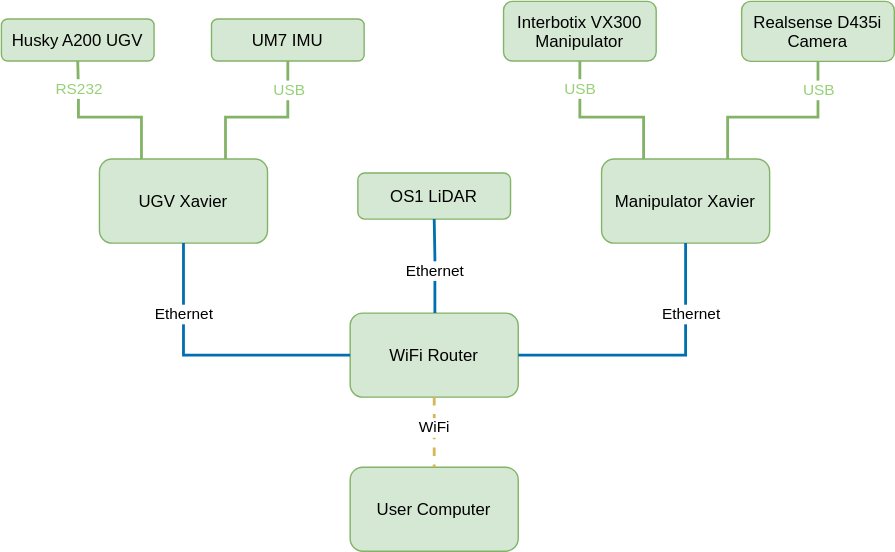
The draw.io diagram Figures/figNetworkTopology.drawio.svg in orjano-max/ORJANOS_MASTER_REPO, before a commit. Source tidied: cells renumbered, new cells last; positions are measured from the earlier drawing's top-left corner, leaving out a move shared by most shapes.
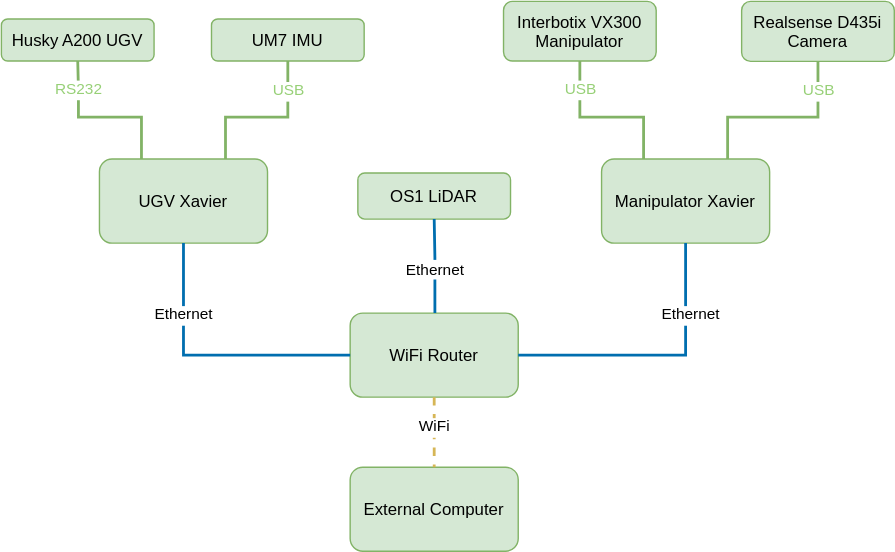
After the commit.

Diff of the diagram source:
```diff
@@ -121,7 +121,7 @@
         <mxPoint x="16" y="-22" as="offset" />
       </mxGeometry>
     </mxCell>
-    <mxCell id="24" value="User Computer" style="rounded=1;fillColor=#d5e8d4;strokeColor=#82b366;" parent="1" vertex="1">
+    <mxCell id="24" value="External Computer" style="rounded=1;fillColor=#d5e8d4;strokeColor=#82b366;" parent="1" vertex="1">
       <mxGeometry x="249.5" y="333" width="120" height="60" as="geometry" />
     </mxCell>
     <mxCell id="25" style="endArrow=none;rounded=0;fillColor=#fff2cc;strokeColor=#d6b656;edgeStyle=orthogonalEdgeStyle;strokeWidth=2;exitX=0.5;exitY=1;exitDx=0;exitDy=0;dashed=1;entryX=0.5;entryY=0;entryDx=0;entryDy=0;" parent="1" edge="1" source="9" target="24">
```
